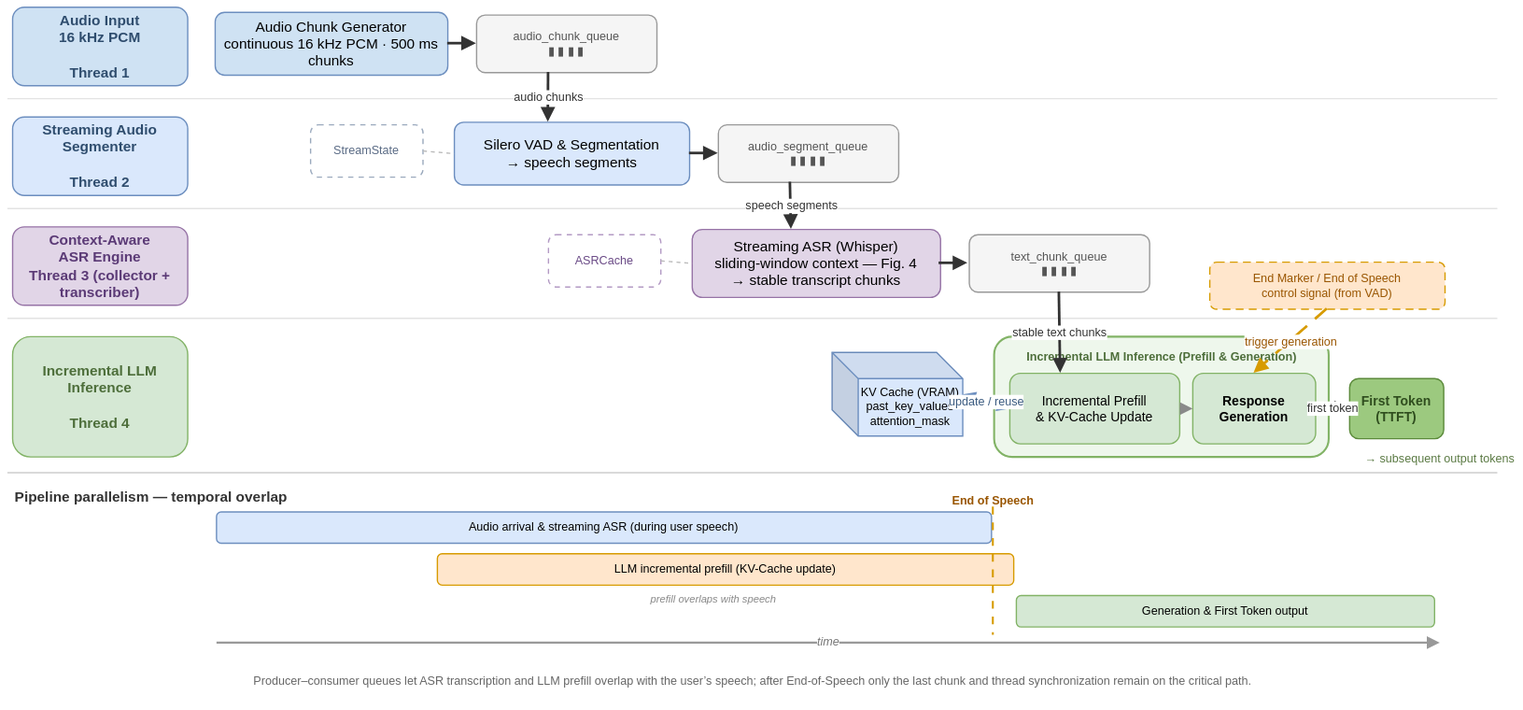
Above: paper/tougao/attach/drawprompt/pic3.drawio.svg in hua0424/streamllm (draw.io), before the change. Source tidied: cells renumbered, new cells last; positions are measured from the earlier drawing's top-left corner, leaving out a move shared by most shapes.
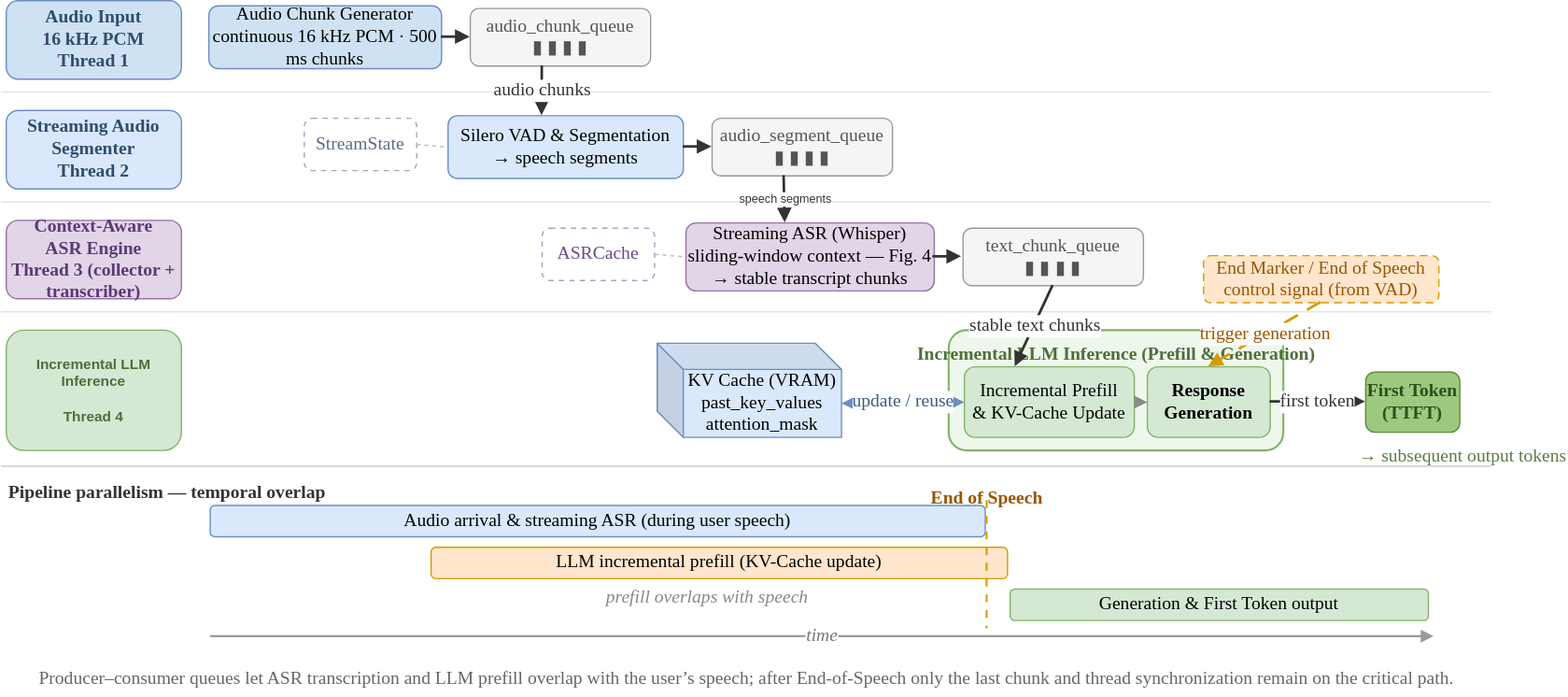
Later version of the same file.

The edit, as a diff of the source:
```diff
@@ -22,9 +22,9 @@
     </mxCell>
-    <mxCell id="5" value="Audio Input&#10;16 kHz PCM&#10;&#10;Thread 1" style="rounded=1;whiteSpace=wrap;html=1;fillColor=#cfe2f3;strokeColor=#6c8ebf;fontSize=11;fontStyle=1;fontColor=#2f4d6e;" parent="1" vertex="1">
+    <mxCell id="5" value="&lt;font face=&quot;Times New Roman&quot; style=&quot;font-size: 14px;&quot;&gt;Audio Input&lt;br&gt;16 kHz PCM&lt;br&gt;Thread 1&lt;/font&gt;" style="rounded=1;whiteSpace=wrap;html=1;fillColor=#cfe2f3;strokeColor=#6c8ebf;fontSize=11;fontStyle=1;fontColor=#2f4d6e;" parent="1" vertex="1">
       <mxGeometry x="4" width="134" height="60" as="geometry" />
     </mxCell>
-    <mxCell id="6" value="Streaming Audio&#10;Segmenter&#10;&#10;Thread 2" style="rounded=1;whiteSpace=wrap;html=1;fillColor=#dae8fc;strokeColor=#6c8ebf;fontSize=11;fontStyle=1;fontColor=#2f4d6e;" parent="1" vertex="1">
+    <mxCell id="6" value="&lt;font face=&quot;Times New Roman&quot; style=&quot;font-size: 14px;&quot;&gt;Streaming Audio&lt;br&gt;Segmenter&lt;br&gt;Thread 2&lt;/font&gt;" style="rounded=1;whiteSpace=wrap;html=1;fillColor=#dae8fc;strokeColor=#6c8ebf;fontSize=11;fontStyle=1;fontColor=#2f4d6e;" parent="1" vertex="1">
       <mxGeometry x="4" y="84" width="134" height="60" as="geometry" />
     </mxCell>
-    <mxCell id="7" value="Context-Aware&lt;br&gt;ASR Engine&lt;br&gt;Thread 3 (collector + transcriber)" style="rounded=1;whiteSpace=wrap;html=1;fillColor=#e1d5e7;strokeColor=#9673a6;fontSize=11;fontStyle=1;fontColor=#5b3a76;" parent="1" vertex="1">
+    <mxCell id="7" value="&lt;font face=&quot;Times New Roman&quot; style=&quot;font-size: 14px;&quot;&gt;Context-Aware&lt;br&gt;ASR Engine&lt;br&gt;Thread 3 (collector + transcriber)&lt;/font&gt;" style="rounded=1;whiteSpace=wrap;html=1;fillColor=#e1d5e7;strokeColor=#9673a6;fontSize=11;fontStyle=1;fontColor=#5b3a76;" parent="1" vertex="1">
       <mxGeometry x="4" y="168" width="134" height="60" as="geometry" />
@@ -34,24 +34,24 @@
     </mxCell>
-    <mxCell id="9" value="Audio Chunk Generator&#10;continuous 16 kHz PCM · 500 ms chunks" style="rounded=1;whiteSpace=wrap;html=1;fillColor=#cfe2f3;strokeColor=#6c8ebf;fontSize=11;" parent="1" vertex="1">
+    <mxCell id="9" value="&lt;font face=&quot;Times New Roman&quot; style=&quot;font-size: 14px;&quot;&gt;Audio Chunk Generator&lt;br&gt;continuous 16 kHz PCM · 500 ms chunks&lt;/font&gt;" style="rounded=1;whiteSpace=wrap;html=1;fillColor=#cfe2f3;strokeColor=#6c8ebf;fontSize=11;" parent="1" vertex="1">
       <mxGeometry x="159" y="4" width="178" height="48" as="geometry" />
     </mxCell>
-    <mxCell id="10" value="audio_chunk_queue&#10;▮ ▮ ▮ ▮" style="rounded=1;whiteSpace=wrap;html=1;fillColor=#f5f5f5;strokeColor=#999999;fontSize=9;fontColor=#555555;" parent="1" vertex="1">
+    <mxCell id="10" value="&lt;font face=&quot;Times New Roman&quot; style=&quot;font-size: 14px;&quot;&gt;audio_chunk_queue&lt;br&gt;▮ ▮ ▮ ▮&lt;/font&gt;" style="rounded=1;whiteSpace=wrap;html=1;fillColor=#f5f5f5;strokeColor=#999999;fontSize=9;fontColor=#555555;" parent="1" vertex="1">
       <mxGeometry x="359" y="6" width="138" height="44" as="geometry" />
     </mxCell>
-    <mxCell id="11" value="StreamState" style="rounded=1;whiteSpace=wrap;html=1;fillColor=none;strokeColor=#9aa9bd;dashed=1;dashPattern=4 4;fontSize=9;fontColor=#5a6b85;" parent="1" vertex="1">
+    <mxCell id="11" value="&lt;font face=&quot;Times New Roman&quot; style=&quot;font-size: 14px;&quot;&gt;StreamState&lt;/font&gt;" style="rounded=1;whiteSpace=wrap;html=1;fillColor=none;strokeColor=#9aa9bd;dashed=1;dashPattern=4 4;fontSize=9;fontColor=#5a6b85;" parent="1" vertex="1">
       <mxGeometry x="232" y="90" width="86" height="40" as="geometry" />
     </mxCell>
-    <mxCell id="12" value="Silero VAD &amp; Segmentation&#10;→ speech segments" style="rounded=1;whiteSpace=wrap;html=1;fillColor=#dae8fc;strokeColor=#6c8ebf;fontSize=11;" parent="1" vertex="1">
+    <mxCell id="12" value="&lt;font face=&quot;Times New Roman&quot; style=&quot;font-size: 14px;&quot;&gt;Silero VAD &amp;amp; Segmentation&lt;br&gt;→ speech segments&lt;/font&gt;" style="rounded=1;whiteSpace=wrap;html=1;fillColor=#dae8fc;strokeColor=#6c8ebf;fontSize=11;" parent="1" vertex="1">
       <mxGeometry x="342" y="88" width="180" height="48" as="geometry" />
     </mxCell>
-    <mxCell id="13" value="audio_segment_queue&#10;▮ ▮ ▮ ▮" style="rounded=1;whiteSpace=wrap;html=1;fillColor=#f5f5f5;strokeColor=#999999;fontSize=9;fontColor=#555555;" parent="1" vertex="1">
+    <mxCell id="13" value="&lt;font face=&quot;Times New Roman&quot; style=&quot;font-size: 14px;&quot;&gt;audio_segment_queue&lt;br&gt;▮ ▮ ▮ ▮&lt;/font&gt;" style="rounded=1;whiteSpace=wrap;html=1;fillColor=#f5f5f5;strokeColor=#999999;fontSize=9;fontColor=#555555;" parent="1" vertex="1">
       <mxGeometry x="544" y="90" width="138" height="44" as="geometry" />
     </mxCell>
-    <mxCell id="14" value="ASRCache" style="rounded=1;whiteSpace=wrap;html=1;fillColor=none;strokeColor=#b39ac4;dashed=1;dashPattern=4 4;fontSize=9;fontColor=#6a4a86;" parent="1" vertex="1">
+    <mxCell id="14" value="&lt;font face=&quot;Times New Roman&quot; style=&quot;font-size: 14px;&quot;&gt;ASRCache&lt;/font&gt;" style="rounded=1;whiteSpace=wrap;html=1;fillColor=none;strokeColor=#b39ac4;dashed=1;dashPattern=4 4;fontSize=9;fontColor=#6a4a86;" parent="1" vertex="1">
       <mxGeometry x="414" y="174" width="86" height="40" as="geometry" />
     </mxCell>
-    <mxCell id="15" value="Streaming ASR (Whisper)&#10;sliding-window context — Fig. 4&#10;→ stable transcript chunks" style="rounded=1;whiteSpace=wrap;html=1;fillColor=#e1d5e7;strokeColor=#9673a6;fontSize=11;" parent="1" vertex="1">
+    <mxCell id="15" value="&lt;font face=&quot;Times New Roman&quot; style=&quot;font-size: 14px;&quot;&gt;Streaming ASR (Whisper)&lt;br&gt;sliding-window context — Fig. 4&lt;br&gt;→ stable transcript chunks&lt;/font&gt;" style="rounded=1;whiteSpace=wrap;html=1;fillColor=#e1d5e7;strokeColor=#9673a6;fontSize=11;" parent="1" vertex="1">
       <mxGeometry x="524" y="170" width="190" height="52" as="geometry" />
     </mxCell>
-    <mxCell id="16" value="text_chunk_queue&#10;▮ ▮ ▮ ▮" style="rounded=1;whiteSpace=wrap;html=1;fillColor=#f5f5f5;strokeColor=#999999;fontSize=9;fontColor=#555555;" parent="1" vertex="1">
+    <mxCell id="16" value="&lt;font face=&quot;Times New Roman&quot; style=&quot;font-size: 14px;&quot;&gt;text_chunk_queue&lt;br&gt;▮ ▮ ▮ ▮&lt;/font&gt;" style="rounded=1;whiteSpace=wrap;html=1;fillColor=#f5f5f5;strokeColor=#999999;fontSize=9;fontColor=#555555;" parent="1" vertex="1">
       <mxGeometry x="736" y="174" width="138" height="44" as="geometry" />
@@ -59,23 +59,23 @@
     <mxCell id="17" style="rounded=1;whiteSpace=wrap;html=1;fillColor=#eef7ec;strokeColor=#82b366;strokeWidth=1.5;verticalAlign=top;fontSize=10;fontStyle=1;fontColor=#4d6e3a;" parent="1" vertex="1">
-      <mxGeometry x="755" y="252" width="256" height="92" as="geometry" />
+      <mxGeometry x="725" y="252" width="256" height="92" as="geometry" />
     </mxCell>
-    <mxCell id="18" value="Incremental LLM Inference (Prefill &amp; Generation)" style="text;html=1;align=center;fontSize=9;fontStyle=1;fontColor=#4d6e3a;" parent="1" vertex="1">
-      <mxGeometry x="759" y="256" width="248" height="14" as="geometry" />
+    <mxCell id="18" value="&lt;font face=&quot;Times New Roman&quot; style=&quot;font-size: 14px;&quot;&gt;Incremental LLM Inference (Prefill &amp;amp; Generation)&lt;/font&gt;" style="text;html=1;align=center;fontSize=9;fontStyle=1;fontColor=#4d6e3a;" parent="1" vertex="1">
+      <mxGeometry x="729" y="256" width="248" height="14" as="geometry" />
     </mxCell>
-    <mxCell id="19" value="Incremental Prefill&#10;&amp; KV-Cache Update" style="rounded=1;whiteSpace=wrap;html=1;fillColor=#d5e8d4;strokeColor=#82b366;fontSize=10;" parent="1" vertex="1">
-      <mxGeometry x="767" y="280" width="130" height="54" as="geometry" />
+    <mxCell id="19" value="&lt;font face=&quot;Times New Roman&quot; style=&quot;font-size: 14px;&quot;&gt;Incremental Prefill&lt;br&gt;&amp;amp; KV-Cache Update&lt;/font&gt;" style="rounded=1;whiteSpace=wrap;html=1;fillColor=#d5e8d4;strokeColor=#82b366;fontSize=10;" parent="1" vertex="1">
+      <mxGeometry x="737" y="280" width="130" height="54" as="geometry" />
     </mxCell>
-    <mxCell id="20" value="Response&#10;Generation" style="rounded=1;whiteSpace=wrap;html=1;fillColor=#d5e8d4;strokeColor=#82b366;fontSize=10;fontStyle=1;" parent="1" vertex="1">
-      <mxGeometry x="907" y="280" width="94" height="54" as="geometry" />
+    <mxCell id="20" value="&lt;font face=&quot;Times New Roman&quot; style=&quot;font-size: 14px;&quot;&gt;Response&lt;br&gt;Generation&lt;/font&gt;" style="rounded=1;whiteSpace=wrap;html=1;fillColor=#d5e8d4;strokeColor=#82b366;fontSize=10;fontStyle=1;" parent="1" vertex="1">
+      <mxGeometry x="877" y="280" width="94" height="54" as="geometry" />
     </mxCell>
-    <mxCell id="21" value="KV Cache (VRAM)&#10;past_key_values&#10;attention_mask" style="shape=cube;whiteSpace=wrap;html=1;boundedLbl=1;backgroundOutline=1;darkOpacity=0.05;darkOpacity2=0.1;fillColor=#dae8fc;strokeColor=#6c8ebf;fontSize=9;" parent="1" vertex="1">
-      <mxGeometry x="631" y="264" width="100" height="64" as="geometry" />
+    <mxCell id="21" value="&lt;font face=&quot;Times New Roman&quot; style=&quot;font-size: 14px;&quot;&gt;KV Cache (VRAM)&lt;br&gt;past_key_values&lt;br&gt;attention_mask&lt;/font&gt;" style="shape=cube;whiteSpace=wrap;html=1;boundedLbl=1;backgroundOutline=1;darkOpacity=0.05;darkOpacity2=0.1;fillColor=#dae8fc;strokeColor=#6c8ebf;fontSize=9;" parent="1" vertex="1">
+      <mxGeometry x="502" y="262" width="141" height="72" as="geometry" />
     </mxCell>
-    <mxCell id="22" value="End Marker / End of Speech&#10;control signal (from VAD)" style="rounded=1;whiteSpace=wrap;html=1;dashed=1;dashPattern=6 4;fillColor=#ffe6cc;strokeColor=#d79b00;fontSize=9;fontColor=#995500;" parent="1" vertex="1">
+    <mxCell id="22" value="&lt;font face=&quot;Times New Roman&quot; style=&quot;font-size: 14px;&quot;&gt;End Marker / End of Speech&lt;br&gt;control signal (from VAD)&lt;/font&gt;" style="rounded=1;whiteSpace=wrap;html=1;dashed=1;dashPattern=6 4;fillColor=#ffe6cc;strokeColor=#d79b00;fontSize=9;fontColor=#995500;" parent="1" vertex="1">
       <mxGeometry x="920" y="195" width="180" height="36" as="geometry" />
     </mxCell>
-    <mxCell id="23" value="First Token&#10;(TTFT)" style="rounded=1;whiteSpace=wrap;html=1;fillColor=#9cc97f;strokeColor=#5b8a3a;fontSize=10;fontStyle=1;fontColor=#2f4d1e;" parent="1" vertex="1">
-      <mxGeometry x="1027" y="284" width="72" height="46" as="geometry" />
+    <mxCell id="23" value="&lt;font face=&quot;Times New Roman&quot; style=&quot;font-size: 14px;&quot;&gt;First Token&lt;br&gt;(TTFT)&lt;/font&gt;" style="rounded=1;whiteSpace=wrap;html=1;fillColor=#9cc97f;strokeColor=#5b8a3a;fontSize=10;fontStyle=1;fontColor=#2f4d1e;" parent="1" vertex="1">
+      <mxGeometry x="1044" y="284" width="72" height="46" as="geometry" />
     </mxCell>
-    <mxCell id="24" value="→ subsequent output tokens" style="text;html=1;align=left;fontSize=9;fontColor=#5b7a44;" parent="1" vertex="1">
+    <mxCell id="24" value="&lt;font face=&quot;Times New Roman&quot; style=&quot;font-size: 14px;&quot;&gt;→ subsequent output tokens&lt;/font&gt;" style="text;html=1;align=left;fontSize=9;fontColor=#5b7a44;" parent="1" vertex="1">
       <mxGeometry x="1037" y="334" width="90" height="24" as="geometry" />
@@ -85,3 +85,3 @@
     </mxCell>
-    <mxCell id="26" value="audio chunks" style="endArrow=block;html=1;strokeColor=#333333;strokeWidth=2;fontSize=9;fontColor=#333333;exitX=0.4;exitY=1;exitDx=0;exitDy=0;entryX=0.4;entryY=0;entryDx=0;entryDy=0;" parent="1" edge="1" source="10" target="12">
+    <mxCell id="26" value="&lt;font face=&quot;Times New Roman&quot; style=&quot;font-size: 14px;&quot;&gt;audio chunks&lt;/font&gt;" style="endArrow=block;html=1;strokeColor=#333333;strokeWidth=2;fontSize=9;fontColor=#333333;exitX=0.4;exitY=1;exitDx=0;exitDy=0;entryX=0.4;entryY=0;entryDx=0;entryDy=0;" parent="1" edge="1" source="10" target="12">
       <mxGeometry relative="1" as="geometry" />
@@ -100,3 +100,3 @@
     </mxCell>
-    <mxCell id="30" value="stable text chunks" style="endArrow=block;html=1;strokeColor=#333333;strokeWidth=2;fontSize=9;fontColor=#333333;exitX=0.5;exitY=1;exitDx=0;exitDy=0;entryX=0.3;entryY=0;entryDx=0;entryDy=0;" parent="1" edge="1" source="16" target="19">
+    <mxCell id="30" value="&lt;font face=&quot;Times New Roman&quot; style=&quot;font-size: 14px;&quot;&gt;stable text chunks&lt;/font&gt;" style="endArrow=block;html=1;strokeColor=#333333;strokeWidth=2;fontSize=9;fontColor=#333333;exitX=0.5;exitY=1;exitDx=0;exitDy=0;entryX=0.3;entryY=0;entryDx=0;entryDy=0;" parent="1" edge="1" source="16" target="19">
       <mxGeometry relative="1" as="geometry" />
@@ -106,9 +106,9 @@
     </mxCell>
-    <mxCell id="32" value="first token" style="endArrow=block;html=1;strokeColor=#333333;strokeWidth=2;fontSize=9;fontColor=#333333;exitX=1;exitY=0.5;exitDx=0;exitDy=0;entryX=0;entryY=0.5;entryDx=0;entryDy=0;" parent="1" edge="1" source="20" target="23">
+    <mxCell id="32" value="&lt;font face=&quot;Times New Roman&quot; style=&quot;font-size: 14px;&quot;&gt;first token&lt;/font&gt;" style="endArrow=block;html=1;strokeColor=#333333;strokeWidth=2;fontSize=9;fontColor=#333333;exitX=1;exitY=0.5;exitDx=0;exitDy=0;entryX=0;entryY=0.5;entryDx=0;entryDy=0;" parent="1" edge="1" source="20" target="23">
       <mxGeometry relative="1" as="geometry" />
     </mxCell>
-    <mxCell id="33" value="update / reuse" style="endArrow=block;startArrow=block;html=1;strokeColor=#6c8ebf;strokeWidth=1.5;fontSize=9;fontColor=#3b5b80;exitX=1;exitY=0.5;exitDx=0;exitDy=0;entryX=0;entryY=0.5;entryDx=0;entryDy=0;" parent="1" edge="1" source="21" target="19">
+    <mxCell id="33" value="&lt;font face=&quot;Times New Roman&quot; style=&quot;font-size: 14px;&quot;&gt;update / reuse&lt;/font&gt;" style="endArrow=block;startArrow=block;html=1;strokeColor=#6c8ebf;strokeWidth=1.5;fontSize=9;fontColor=#3b5b80;exitX=0;exitY=0;exitDx=141;exitDy=46;entryX=0;entryY=0.5;entryDx=0;entryDy=0;exitPerimeter=0;" parent="1" edge="1" source="21" target="19">
       <mxGeometry relative="1" as="geometry" />
     </mxCell>
-    <mxCell id="34" value="trigger generation" style="endArrow=block;html=1;strokeColor=#d79b00;strokeWidth=2;dashed=1;dashPattern=6 4;fontSize=9;fontColor=#995500;exitX=0.5;exitY=1;exitDx=0;exitDy=0;entryX=0.5;entryY=0;entryDx=0;entryDy=0;" parent="1" edge="1" source="22" target="20">
+    <mxCell id="34" value="&lt;font face=&quot;Times New Roman&quot; style=&quot;font-size: 14px;&quot;&gt;trigger generation&lt;/font&gt;" style="endArrow=block;html=1;strokeColor=#d79b00;strokeWidth=2;dashed=1;dashPattern=6 4;fontSize=9;fontColor=#995500;exitX=0.5;exitY=1;exitDx=0;exitDy=0;entryX=0.5;entryY=0;entryDx=0;entryDy=0;" parent="1" edge="1" source="22" target="20">
       <mxGeometry relative="1" as="geometry" />
@@ -127,12 +127,12 @@
     </mxCell>
-    <mxCell id="38" value="Pipeline parallelism — temporal overlap" style="text;html=1;align=left;fontSize=11;fontStyle=1;fontColor=#333333;" parent="1" vertex="1">
+    <mxCell id="38" value="&lt;font face=&quot;Times New Roman&quot; style=&quot;font-size: 14px;&quot;&gt;Pipeline parallelism — temporal overlap&lt;/font&gt;" style="text;html=1;align=left;fontSize=11;fontStyle=1;fontColor=#333333;" parent="1" vertex="1">
       <mxGeometry x="4" y="362" width="320" height="16" as="geometry" />
     </mxCell>
-    <mxCell id="39" value="Audio arrival &amp; streaming ASR  (during user speech)" style="rounded=1;whiteSpace=wrap;html=1;fillColor=#dae8fc;strokeColor=#6c8ebf;fontSize=9;" parent="1" vertex="1">
+    <mxCell id="39" value="&lt;font face=&quot;Times New Roman&quot; style=&quot;font-size: 14px;&quot;&gt;Audio arrival &amp;amp; streaming ASR  (during user speech)&lt;/font&gt;" style="rounded=1;whiteSpace=wrap;html=1;fillColor=#dae8fc;strokeColor=#6c8ebf;fontSize=9;" parent="1" vertex="1">
       <mxGeometry x="160" y="386" width="593" height="24" as="geometry" />
     </mxCell>
-    <mxCell id="40" value="LLM incremental prefill  (KV-Cache update)" style="rounded=1;whiteSpace=wrap;html=1;fillColor=#ffe6cc;strokeColor=#d79b00;fontSize=9;" parent="1" vertex="1">
+    <mxCell id="40" value="&lt;font face=&quot;Times New Roman&quot; style=&quot;font-size: 14px;&quot;&gt;LLM incremental prefill  (KV-Cache update)&lt;/font&gt;" style="rounded=1;whiteSpace=wrap;html=1;fillColor=#ffe6cc;strokeColor=#d79b00;fontSize=9;" parent="1" vertex="1">
       <mxGeometry x="329" y="418" width="441" height="24" as="geometry" />
     </mxCell>
-    <mxCell id="41" value="Generation &amp; First Token output" style="rounded=1;whiteSpace=wrap;html=1;fillColor=#d5e8d4;strokeColor=#82b366;fontSize=9;" parent="1" vertex="1">
+    <mxCell id="41" value="&lt;font face=&quot;Times New Roman&quot; style=&quot;font-size: 14px;&quot;&gt;Generation &amp;amp; First Token output&lt;/font&gt;" style="rounded=1;whiteSpace=wrap;html=1;fillColor=#d5e8d4;strokeColor=#82b366;fontSize=9;" parent="1" vertex="1">
       <mxGeometry x="772" y="450" width="320" height="24" as="geometry" />
@@ -145,9 +145,9 @@
     </mxCell>
-    <mxCell id="43" value="End of Speech" style="text;html=1;align=center;fontSize=9;fontStyle=1;fontColor=#995500;" parent="1" vertex="1">
+    <mxCell id="43" value="&lt;font face=&quot;Times New Roman&quot; style=&quot;font-size: 14px;&quot;&gt;End of Speech&lt;/font&gt;" style="text;html=1;align=center;fontSize=9;fontStyle=1;fontColor=#995500;" parent="1" vertex="1">
       <mxGeometry x="698" y="366" width="112" height="14" as="geometry" />
     </mxCell>
-    <mxCell id="44" value="prefill overlaps with speech" style="text;html=1;align=center;fontSize=8;fontStyle=2;fontColor=#888888;" parent="1" vertex="1">
+    <mxCell id="44" value="&lt;font face=&quot;Times New Roman&quot; style=&quot;font-size: 14px;&quot;&gt;prefill overlaps with speech&lt;/font&gt;" style="text;html=1;align=center;fontSize=8;fontStyle=2;fontColor=#888888;" parent="1" vertex="1">
       <mxGeometry x="380" y="442" width="320" height="12" as="geometry" />
     </mxCell>
-    <mxCell id="45" value="time" style="endArrow=block;html=1;strokeColor=#999999;strokeWidth=1.5;fontSize=9;fontColor=#777777;fontStyle=2;" parent="1" edge="1">
+    <mxCell id="45" value="&lt;font face=&quot;Times New Roman&quot; style=&quot;font-size: 14px;&quot;&gt;time&lt;/font&gt;" style="endArrow=block;html=1;strokeColor=#999999;strokeWidth=1.5;fontSize=9;fontColor=#777777;fontStyle=2;" parent="1" edge="1">
       <mxGeometry relative="1" as="geometry">
@@ -157,3 +157,3 @@
     </mxCell>
-    <mxCell id="46" value="Producer–consumer queues let ASR transcription and LLM prefill overlap with the user’s speech; after End-of-Speech only the last chunk and thread synchronization remain on the critical path." style="text;html=1;align=center;fontSize=9;fontColor=#666666;" parent="1" vertex="1">
+    <mxCell id="46" value="&lt;font face=&quot;Times New Roman&quot; style=&quot;font-size: 14px;&quot;&gt;Producer–consumer queues let ASR transcription and LLM prefill overlap with the user’s speech; after End-of-Speech only the last chunk and thread synchronization remain on the critical path.&lt;/font&gt;" style="text;html=1;align=center;fontSize=9;fontColor=#666666;" parent="1" vertex="1">
       <mxGeometry x="40" y="504" width="1060" height="28" as="geometry" />
```
